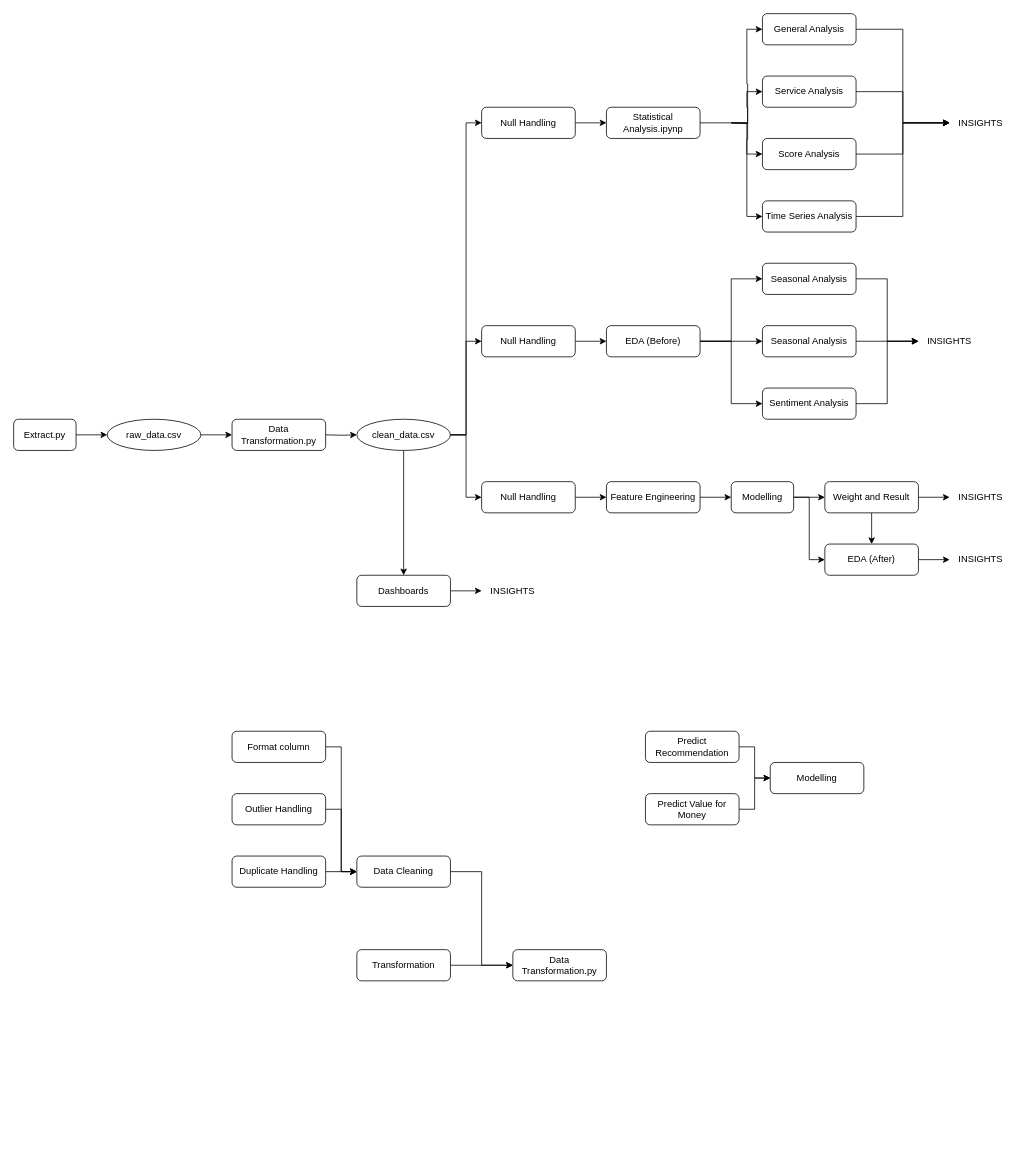
Earlier version of the draw.io diagram Flow Chart.drawio (MarkPhamm/British-Airway). Source tidied: cells renumbered, new cells numbered last; positions are measured from the earlier drawing's top-left corner, leaving out a move shared by most shapes. Both pictures are drawn from the tidied source at 78%, with x=0, y=0 at pixel (13, 13).
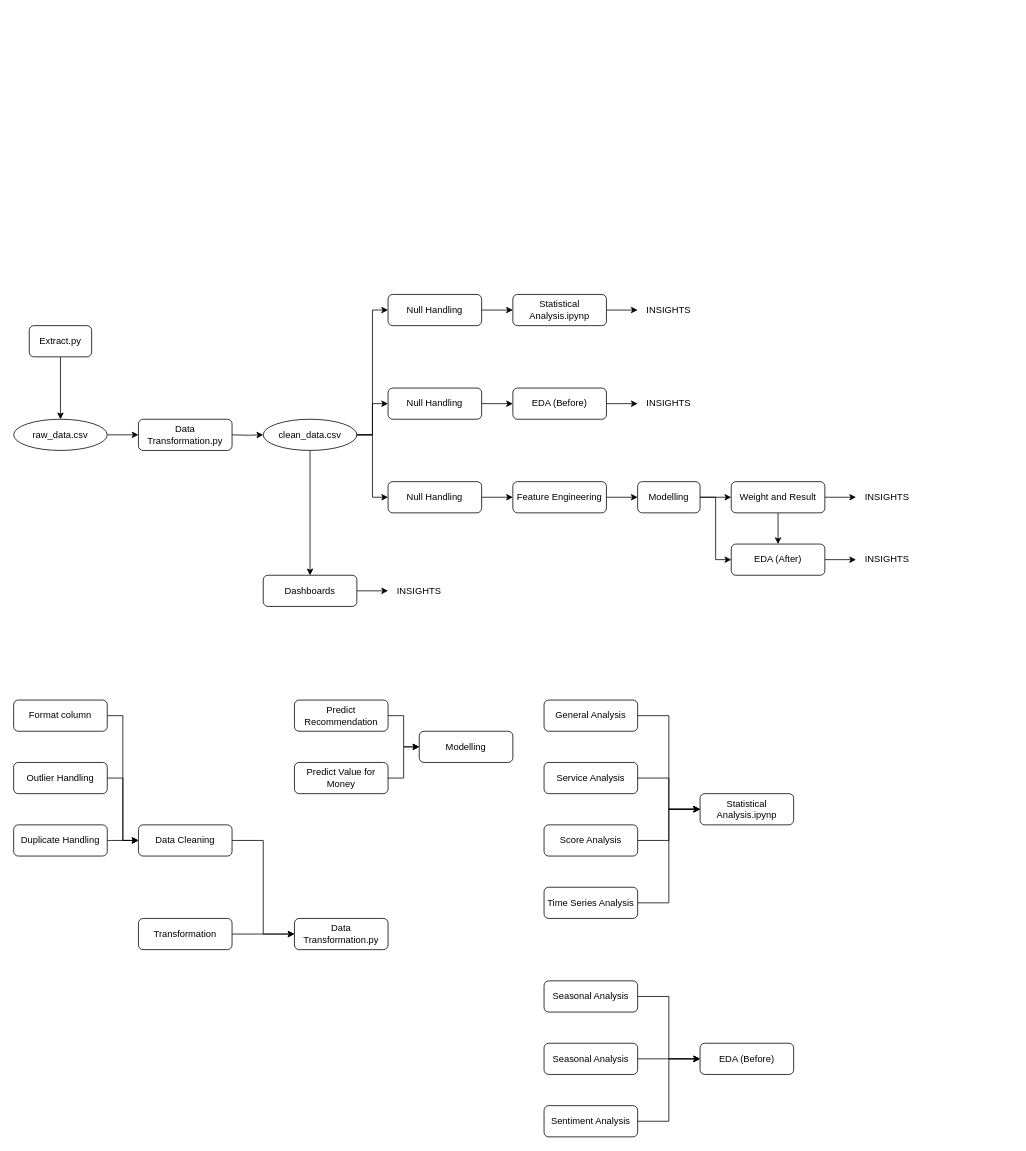
Above is the later version.

What changed in the source:
```diff
@@
     <mxCell id="3" value="Extract.py" style="rounded=1;whiteSpace=wrap;html=1;fontSize=12;glass=0;strokeWidth=1;shadow=0;" parent="1" vertex="1">
-      <mxGeometry y="520" width="80" height="40" as="geometry" />
+      <mxGeometry x="20" y="400" width="80" height="40" as="geometry" />
     </mxCell>
@@
     <mxCell id="5" value="raw_data.csv" style="ellipse;whiteSpace=wrap;html=1;rounded=1;glass=0;strokeWidth=1;shadow=0;" parent="1" vertex="1">
-      <mxGeometry x="120" y="520" width="120" height="40" as="geometry" />
+      <mxGeometry y="520" width="120" height="40" as="geometry" />
     </mxCell>
     <mxCell id="6" style="edgeStyle=orthogonalEdgeStyle;rounded=0;jettySize=auto;html=1;entryX=0;entryY=0.5;entryDx=0;entryDy=0;" parent="1" edge="1" target="11">
       <mxGeometry relative="1" as="geometry">
-        <mxPoint x="400" y="540" as="sourcePoint" />
+        <mxPoint x="280" y="540" as="sourcePoint" />
       </mxGeometry>
     </mxCell>
     <mxCell id="7" value="Data Transformation.py" style="rounded=1;whiteSpace=wrap;html=1;glass=0;strokeWidth=1;shadow=0;" parent="1" vertex="1">
-      <mxGeometry x="280" y="520" width="120" height="40" as="geometry" />
+      <mxGeometry x="160" y="520" width="120" height="40" as="geometry" />
     </mxCell>
-    <mxCell id="8" style="edgeStyle=orthogonalEdgeStyle;rounded=0;jettySize=auto;html=1;entryX=0;entryY=0.5;entryDx=0;entryDy=0;exitX=1;exitY=0.5;exitDx=0;exitDy=0;" parent="1" edge="1" source="49" target="18">
-      <mxGeometry relative="1" as="geometry" />
-    </mxCell>
@@
     <mxCell id="11" value="clean_data.csv" style="ellipse;whiteSpace=wrap;html=1;rounded=1;glass=0;strokeWidth=1;shadow=0;" parent="1" vertex="1">
-      <mxGeometry x="440" y="520" width="120" height="40" as="geometry" />
+      <mxGeometry x="320" y="520" width="120" height="40" as="geometry" />
     </mxCell>
-    <mxCell id="12" style="edgeStyle=orthogonalEdgeStyle;rounded=0;jettySize=auto;html=1;exitX=1;exitY=0.5;exitDx=0;exitDy=0;entryX=0;entryY=0.5;entryDx=0;entryDy=0;" parent="1" edge="1" target="60">
-      <mxGeometry relative="1" as="geometry">
-        <mxPoint x="920" y="140" as="sourcePoint" />
-      </mxGeometry>
-    </mxCell>
-    <mxCell id="13" style="edgeStyle=orthogonalEdgeStyle;rounded=0;jettySize=auto;html=1;entryX=0;entryY=0.5;entryDx=0;entryDy=0;" parent="1" edge="1" target="54">
-      <mxGeometry relative="1" as="geometry">
-        <mxPoint x="920" y="140" as="sourcePoint" />
-      </mxGeometry>
-    </mxCell>
-    <mxCell id="14" style="edgeStyle=orthogonalEdgeStyle;rounded=0;jettySize=auto;html=1;entryX=0;entryY=0.5;entryDx=0;entryDy=0;" parent="1" edge="1" target="56">
-      <mxGeometry relative="1" as="geometry">
-        <mxPoint x="920" y="140" as="sourcePoint" />
-      </mxGeometry>
-    </mxCell>
-    <mxCell id="15" style="edgeStyle=orthogonalEdgeStyle;rounded=0;jettySize=auto;html=1;entryX=0;entryY=0.5;entryDx=0;entryDy=0;exitX=1;exitY=0.5;exitDx=0;exitDy=0;" parent="1" edge="1" source="16" target="58">
-      <mxGeometry relative="1" as="geometry">
-        <Array as="points">
-          <mxPoint x="940" y="140" />
-          <mxPoint x="940" y="260" />
-        </Array>
-      </mxGeometry>
-    </mxCell>
+    <mxCell id="75" style="edgeStyle=orthogonalEdgeStyle;rounded=0;jettySize=auto;html=1;entryX=0;entryY=0.5;entryDx=0;entryDy=0;" parent="1" edge="1" source="16" target="29">
+      <mxGeometry relative="1" as="geometry" />
+    </mxCell>
     <mxCell id="16" value="Statistical Analysis.ipynp" style="rounded=1;whiteSpace=wrap;html=1;fontSize=12;glass=0;strokeWidth=1;shadow=0;" parent="1" vertex="1">
-      <mxGeometry x="760" y="120" width="120" height="40" as="geometry" />
+      <mxGeometry x="640" y="360" width="120" height="40" as="geometry" />
     </mxCell>
-    <mxCell id="17" style="edgeStyle=orthogonalEdgeStyle;rounded=0;jettySize=auto;html=1;entryX=0;entryY=0.5;entryDx=0;entryDy=0;" parent="1" edge="1" source="18" target="67">
-      <mxGeometry relative="1" as="geometry" />
-    </mxCell>
-    <mxCell id="18" value="Sentiment Analysis" style="rounded=1;whiteSpace=wrap;html=1;fontSize=12;glass=0;strokeWidth=1;shadow=0;" parent="1" vertex="1">
-      <mxGeometry x="960" y="480" width="120" height="40" as="geometry" />
-    </mxCell>
@@
     <mxCell id="21" value="Modelling" style="rounded=1;whiteSpace=wrap;html=1;fontSize=12;glass=0;strokeWidth=1;shadow=0;" parent="1" vertex="1">
-      <mxGeometry x="920" y="600" width="80" height="40" as="geometry" />
+      <mxGeometry x="800" y="600" width="80" height="40" as="geometry" />
     </mxCell>
@@
     <mxCell id="23" value="EDA (After)" style="rounded=1;whiteSpace=wrap;html=1;fontSize=12;glass=0;strokeWidth=1;shadow=0;" parent="1" vertex="1">
-      <mxGeometry x="1040" y="680" width="120" height="40" as="geometry" />
+      <mxGeometry x="920" y="680" width="120" height="40" as="geometry" />
     </mxCell>
@@
     <mxCell id="26" value="Weight and Result" style="rounded=1;whiteSpace=wrap;html=1;" parent="1" vertex="1">
-      <mxGeometry x="1040" y="600" width="120" height="40" as="geometry" />
+      <mxGeometry x="920" y="600" width="120" height="40" as="geometry" />
     </mxCell>
@@
     <mxCell id="28" value="Dashboards" style="rounded=1;whiteSpace=wrap;html=1;" parent="1" vertex="1">
-      <mxGeometry x="440" y="720" width="120" height="40" as="geometry" />
+      <mxGeometry x="320" y="720" width="120" height="40" as="geometry" />
     </mxCell>
     <mxCell id="29" value="INSIGHTS" style="text;html=1;align=center;verticalAlign=middle;whiteSpace=wrap;rounded=0;" parent="1" vertex="1">
-      <mxGeometry x="1200" y="120" width="80" height="40" as="geometry" />
+      <mxGeometry x="800" y="360" width="80" height="40" as="geometry" />
     </mxCell>
     <mxCell id="30" value="INSIGHTS" style="text;html=1;align=center;verticalAlign=middle;whiteSpace=wrap;rounded=0;" parent="1" vertex="1">
-      <mxGeometry x="1200" y="600" width="80" height="40" as="geometry" />
+      <mxGeometry x="1080" y="600" width="80" height="40" as="geometry" />
     </mxCell>
     <mxCell id="31" value="INSIGHTS" style="text;html=1;align=center;verticalAlign=middle;whiteSpace=wrap;rounded=0;" parent="1" vertex="1">
-      <mxGeometry x="600" y="720" width="80" height="40" as="geometry" />
+      <mxGeometry x="480" y="720" width="80" height="40" as="geometry" />
     </mxCell>
     <mxCell id="32" value="INSIGHTS" style="text;html=1;align=center;verticalAlign=middle;whiteSpace=wrap;rounded=0;" parent="1" vertex="1">
-      <mxGeometry x="1200" y="680" width="80" height="40" as="geometry" />
+      <mxGeometry x="1080" y="680" width="80" height="40" as="geometry" />
     </mxCell>
     <mxCell id="33" value="Data Transformation.py" style="rounded=1;whiteSpace=wrap;html=1;glass=0;strokeWidth=1;shadow=0;" parent="1" vertex="1">
-      <mxGeometry x="640" y="1200" width="120" height="40" as="geometry" />
+      <mxGeometry x="360" y="1160" width="120" height="40" as="geometry" />
     </mxCell>
@@
     <mxCell id="35" value="Data Cleaning" style="rounded=1;whiteSpace=wrap;html=1;glass=0;strokeWidth=1;shadow=0;" parent="1" vertex="1">
-      <mxGeometry x="440" y="1080" width="120" height="40" as="geometry" />
+      <mxGeometry x="160" y="1040" width="120" height="40" as="geometry" />
     </mxCell>
@@
     <mxCell id="37" value="Transformation" style="rounded=1;whiteSpace=wrap;html=1;glass=0;strokeWidth=1;shadow=0;" parent="1" vertex="1">
-      <mxGeometry x="440" y="1200" width="120" height="40" as="geometry" />
+      <mxGeometry x="160" y="1160" width="120" height="40" as="geometry" />
     </mxCell>
@@
     <mxCell id="39" value="Format column" style="rounded=1;whiteSpace=wrap;html=1;glass=0;strokeWidth=1;shadow=0;" parent="1" vertex="1">
-      <mxGeometry x="280" y="920" width="120" height="40" as="geometry" />
+      <mxGeometry y="880" width="120" height="40" as="geometry" />
     </mxCell>
@@
     <mxCell id="41" value="Outlier Handling" style="rounded=1;whiteSpace=wrap;html=1;glass=0;strokeWidth=1;shadow=0;" parent="1" vertex="1">
-      <mxGeometry x="280" y="1000" width="120" height="40" as="geometry" />
+      <mxGeometry y="960" width="120" height="40" as="geometry" />
     </mxCell>
@@
     <mxCell id="43" value="Duplicate Handling" style="rounded=1;whiteSpace=wrap;html=1;glass=0;strokeWidth=1;shadow=0;" parent="1" vertex="1">
-      <mxGeometry x="280" y="1080" width="120" height="40" as="geometry" />
+      <mxGeometry y="1040" width="120" height="40" as="geometry" />
     </mxCell>
     <mxCell id="44" style="edgeStyle=orthogonalEdgeStyle;rounded=0;jettySize=auto;html=1;entryX=0;entryY=0.5;entryDx=0;entryDy=0;" parent="1" edge="1" source="11" target="46">
       <mxGeometry relative="1" as="geometry">
         <Array as="points">
-          <mxPoint x="580" y="540" />
-          <mxPoint x="580" y="140" />
+          <mxPoint x="460" y="540" />
+          <mxPoint x="460" y="380" />
         </Array>
       </mxGeometry>
     </mxCell>
@@
     <mxCell id="46" value="Null Handling" style="rounded=1;whiteSpace=wrap;html=1;glass=0;strokeWidth=1;shadow=0;" parent="1" vertex="1">
-      <mxGeometry x="600" y="120" width="120" height="40" as="geometry" />
+      <mxGeometry x="480" y="360" width="120" height="40" as="geometry" />
     </mxCell>
-    <mxCell id="47" style="edgeStyle=orthogonalEdgeStyle;rounded=0;jettySize=auto;html=1;" parent="1" edge="1" source="49" target="64">
+    <mxCell id="47" style="edgeStyle=orthogonalEdgeStyle;rounded=0;jettySize=auto;html=1;entryX=0;entryY=0.5;entryDx=0;entryDy=0;" parent="1" edge="1" source="49" target="67">
       <mxGeometry relative="1" as="geometry" />
     </mxCell>
-    <mxCell id="48" style="edgeStyle=orthogonalEdgeStyle;rounded=0;jettySize=auto;html=1;entryX=0;entryY=0.5;entryDx=0;entryDy=0;" parent="1" edge="1" source="49" target="66">
-      <mxGeometry relative="1" as="geometry" />
-    </mxCell>
     <mxCell id="49" value="EDA (Before)" style="rounded=1;whiteSpace=wrap;html=1;fontSize=12;glass=0;strokeWidth=1;shadow=0;" parent="1" vertex="1">
-      <mxGeometry x="760" y="400" width="120" height="40" as="geometry" />
+      <mxGeometry x="640" y="480" width="120" height="40" as="geometry" />
     </mxCell>
@@
     <mxCell id="51" value="Null Handling" style="rounded=1;whiteSpace=wrap;html=1;glass=0;strokeWidth=1;shadow=0;" parent="1" vertex="1">
-      <mxGeometry x="600" y="400" width="120" height="40" as="geometry" />
+      <mxGeometry x="480" y="480" width="120" height="40" as="geometry" />
     </mxCell>
     <mxCell id="52" style="endArrow=classic;html=1;rounded=0;entryX=0;entryY=0.5;entryDx=0;entryDy=0;exitX=1;exitY=0.5;exitDx=0;exitDy=0;edgeStyle=orthogonalEdgeStyle;" parent="1" edge="1" source="11" target="51">
-      <mxGeometry relative="1" as="geometry" />
+      <mxGeometry relative="1" as="geometry">
+        <Array as="points">
+          <mxPoint x="460" y="540" />
+          <mxPoint x="460" y="500" />
+        </Array>
+      </mxGeometry>
     </mxCell>
-    <mxCell id="53" style="edgeStyle=orthogonalEdgeStyle;rounded=0;jettySize=auto;html=1;entryX=0;entryY=0.5;entryDx=0;entryDy=0;" parent="1" edge="1" source="54" target="29">
-      <mxGeometry relative="1" as="geometry" />
-    </mxCell>
-    <mxCell id="54" value="Service Analysis" style="rounded=1;whiteSpace=wrap;html=1;" parent="1" vertex="1">
-      <mxGeometry x="960" y="80" width="120" height="40" as="geometry" />
-    </mxCell>
-    <mxCell id="55" style="edgeStyle=orthogonalEdgeStyle;rounded=0;jettySize=auto;html=1;entryX=0;entryY=0.5;entryDx=0;entryDy=0;" parent="1" edge="1" source="56" target="29">
-      <mxGeometry relative="1" as="geometry" />
-    </mxCell>
-    <mxCell id="56" value="Score Analysis" style="rounded=1;whiteSpace=wrap;html=1;" parent="1" vertex="1">
-      <mxGeometry x="960" y="160" width="120" height="40" as="geometry" />
-    </mxCell>
-    <mxCell id="57" style="edgeStyle=orthogonalEdgeStyle;rounded=0;jettySize=auto;html=1;entryX=0;entryY=0.5;entryDx=0;entryDy=0;" parent="1" edge="1" source="58" target="29">
-      <mxGeometry relative="1" as="geometry" />
-    </mxCell>
-    <mxCell id="58" value="Time Series Analysis" style="rounded=1;whiteSpace=wrap;html=1;" parent="1" vertex="1">
-      <mxGeometry x="960" y="240" width="120" height="40" as="geometry" />
-    </mxCell>
-    <mxCell id="59" style="edgeStyle=orthogonalEdgeStyle;rounded=0;jettySize=auto;html=1;entryX=0;entryY=0.5;entryDx=0;entryDy=0;" parent="1" edge="1" source="60" target="29">
-      <mxGeometry relative="1" as="geometry" />
-    </mxCell>
-    <mxCell id="60" value="General Analysis" style="rounded=1;whiteSpace=wrap;html=1;" parent="1" vertex="1">
-      <mxGeometry x="960" width="120" height="40" as="geometry" />
-    </mxCell>
@@
     <mxCell id="62" value="Feature Engineering" style="rounded=1;whiteSpace=wrap;html=1;" parent="1" vertex="1">
-      <mxGeometry x="760" y="600" width="120" height="40" as="geometry" />
+      <mxGeometry x="640" y="600" width="120" height="40" as="geometry" />
     </mxCell>
-    <mxCell id="63" style="edgeStyle=orthogonalEdgeStyle;rounded=0;jettySize=auto;html=1;" parent="1" edge="1" source="64" target="67">
-      <mxGeometry relative="1" as="geometry" />
-    </mxCell>
-    <mxCell id="64" value="Seasonal Analysis" style="rounded=1;whiteSpace=wrap;html=1;fontSize=12;glass=0;strokeWidth=1;shadow=0;" parent="1" vertex="1">
-      <mxGeometry x="960" y="400" width="120" height="40" as="geometry" />
-    </mxCell>
-    <mxCell id="65" style="edgeStyle=orthogonalEdgeStyle;rounded=0;jettySize=auto;html=1;entryX=0;entryY=0.5;entryDx=0;entryDy=0;" parent="1" edge="1" source="66" target="67">
-      <mxGeometry relative="1" as="geometry" />
-    </mxCell>
-    <mxCell id="66" value="Seasonal Analysis" style="rounded=1;whiteSpace=wrap;html=1;fontSize=12;glass=0;strokeWidth=1;shadow=0;" parent="1" vertex="1">
-      <mxGeometry x="960" y="320" width="120" height="40" as="geometry" />
-    </mxCell>
     <mxCell id="67" value="INSIGHTS" style="text;html=1;align=center;verticalAlign=middle;whiteSpace=wrap;rounded=0;" parent="1" vertex="1">
-      <mxGeometry x="1160" y="400" width="80" height="40" as="geometry" />
+      <mxGeometry x="800" y="480" width="80" height="40" as="geometry" />
     </mxCell>
@@
     <mxCell id="69" value="Null Handling" style="rounded=1;whiteSpace=wrap;html=1;" parent="1" vertex="1">
-      <mxGeometry x="600" y="600" width="120" height="40" as="geometry" />
+      <mxGeometry x="480" y="600" width="120" height="40" as="geometry" />
     </mxCell>
@@
     <mxCell id="71" value="Predict Recommendation" style="rounded=1;whiteSpace=wrap;html=1;" parent="1" vertex="1">
-      <mxGeometry x="810" y="920" width="120" height="40" as="geometry" />
+      <mxGeometry x="360" y="880" width="120" height="40" as="geometry" />
     </mxCell>
@@
     <mxCell id="73" value="Predict Value for Money" style="rounded=1;whiteSpace=wrap;html=1;" parent="1" vertex="1">
-      <mxGeometry x="810" y="1000" width="120" height="40" as="geometry" />
+      <mxGeometry x="360" y="960" width="120" height="40" as="geometry" />
     </mxCell>
     <mxCell id="74" value="Modelling" style="rounded=1;whiteSpace=wrap;html=1;" parent="1" vertex="1">
-      <mxGeometry x="970" y="960" width="120" height="40" as="geometry" />
+      <mxGeometry x="520" y="920" width="120" height="40" as="geometry" />
     </mxCell>
+    <mxCell id="76" style="edgeStyle=orthogonalEdgeStyle;rounded=0;jettySize=auto;html=1;" parent="1" edge="1" source="54">
+      <mxGeometry relative="1" as="geometry">
+        <mxPoint x="880" y="1020" as="targetPoint" />
+        <Array as="points">
+          <mxPoint x="840" y="980" />
+          <mxPoint x="840" y="1020" />
+        </Array>
+      </mxGeometry>
+    </mxCell>
+    <mxCell id="54" value="Service Analysis" style="rounded=1;whiteSpace=wrap;html=1;" parent="1" vertex="1">
+      <mxGeometry x="680" y="960" width="120" height="40" as="geometry" />
+    </mxCell>
+    <mxCell id="77" style="edgeStyle=orthogonalEdgeStyle;rounded=0;jettySize=auto;html=1;entryX=0;entryY=0.5;entryDx=0;entryDy=0;" parent="1" edge="1" source="56" target="85">
+      <mxGeometry relative="1" as="geometry" />
+    </mxCell>
+    <mxCell id="56" value="Score Analysis" style="rounded=1;whiteSpace=wrap;html=1;" parent="1" vertex="1">
+      <mxGeometry x="680" y="1040" width="120" height="40" as="geometry" />
+    </mxCell>
+    <mxCell id="78" style="edgeStyle=orthogonalEdgeStyle;rounded=0;jettySize=auto;html=1;entryX=0;entryY=0.5;entryDx=0;entryDy=0;" parent="1" edge="1" source="58" target="85">
+      <mxGeometry relative="1" as="geometry" />
+    </mxCell>
+    <mxCell id="58" value="Time Series Analysis" style="rounded=1;whiteSpace=wrap;html=1;" parent="1" vertex="1">
+      <mxGeometry x="680" y="1120" width="120" height="40" as="geometry" />
+    </mxCell>
+    <mxCell id="79" style="edgeStyle=orthogonalEdgeStyle;rounded=0;jettySize=auto;html=1;entryX=0;entryY=0.5;entryDx=0;entryDy=0;" parent="1" edge="1" source="60" target="85">
+      <mxGeometry relative="1" as="geometry" />
+    </mxCell>
+    <mxCell id="60" value="General Analysis" style="rounded=1;whiteSpace=wrap;html=1;" parent="1" vertex="1">
+      <mxGeometry x="680" y="880" width="120" height="40" as="geometry" />
+    </mxCell>
+    <mxCell id="80" style="edgeStyle=orthogonalEdgeStyle;rounded=0;jettySize=auto;html=1;entryX=0;entryY=0.5;entryDx=0;entryDy=0;" parent="1" edge="1" source="18" target="86">
+      <mxGeometry relative="1" as="geometry" />
+    </mxCell>
+    <mxCell id="18" value="Sentiment Analysis" style="rounded=1;whiteSpace=wrap;html=1;fontSize=12;glass=0;strokeWidth=1;shadow=0;" parent="1" vertex="1">
+      <mxGeometry x="680" y="1400" width="120" height="40" as="geometry" />
+    </mxCell>
+    <mxCell id="81" style="edgeStyle=orthogonalEdgeStyle;rounded=0;jettySize=auto;html=1;" parent="1" edge="1" source="82" target="86">
+      <mxGeometry relative="1" as="geometry" />
+    </mxCell>
+    <mxCell id="82" value="Seasonal Analysis" style="rounded=1;whiteSpace=wrap;html=1;fontSize=12;glass=0;strokeWidth=1;shadow=0;" parent="1" vertex="1">
+      <mxGeometry x="680" y="1320" width="120" height="40" as="geometry" />
+    </mxCell>
+    <mxCell id="83" style="edgeStyle=orthogonalEdgeStyle;rounded=0;jettySize=auto;html=1;entryX=0;entryY=0.5;entryDx=0;entryDy=0;" parent="1" edge="1" source="84" target="86">
+      <mxGeometry relative="1" as="geometry" />
+    </mxCell>
+    <mxCell id="84" value="Seasonal Analysis" style="rounded=1;whiteSpace=wrap;html=1;fontSize=12;glass=0;strokeWidth=1;shadow=0;" parent="1" vertex="1">
+      <mxGeometry x="680" y="1240" width="120" height="40" as="geometry" />
+    </mxCell>
+    <mxCell id="85" value="Statistical Analysis.ipynp" style="rounded=1;whiteSpace=wrap;html=1;fontSize=12;glass=0;strokeWidth=1;shadow=0;" parent="1" vertex="1">
+      <mxGeometry x="880" y="1000" width="120" height="40" as="geometry" />
+    </mxCell>
+    <mxCell id="86" value="EDA (Before)" style="rounded=1;whiteSpace=wrap;html=1;fontSize=12;glass=0;strokeWidth=1;shadow=0;" parent="1" vertex="1">
+      <mxGeometry x="880" y="1320" width="120" height="40" as="geometry" />
+    </mxCell>
```
